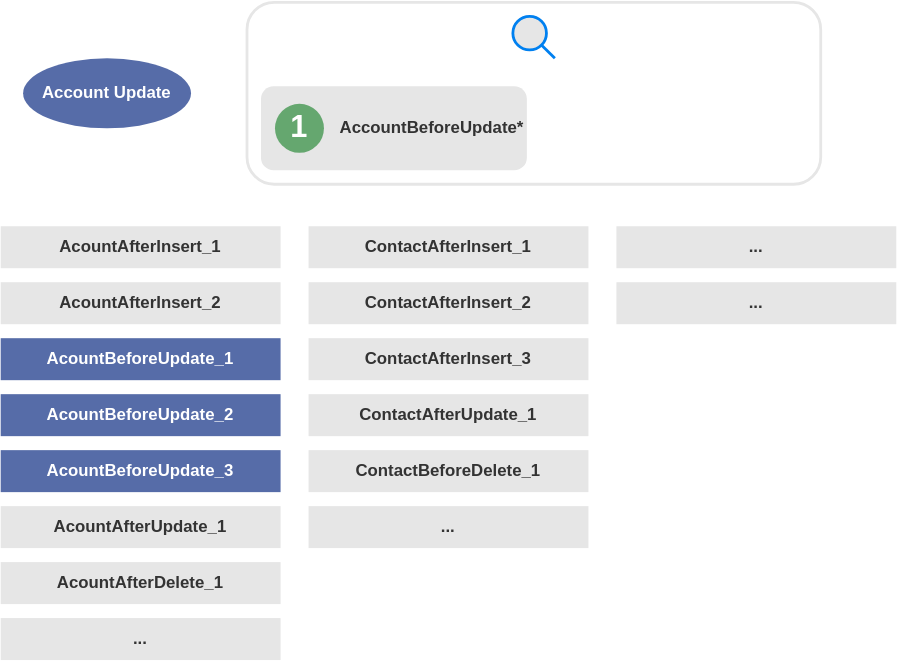
Before: hwToolkit/resources/triggerDispatcher-Execution-2.svg, a diagram exported from draw.io (hwconsult/hwconsult.github.io). Source tidied: cells renumbered, new cells last; positions are measured from the earlier drawing's top-left corner, leaving out a move shared by most shapes.
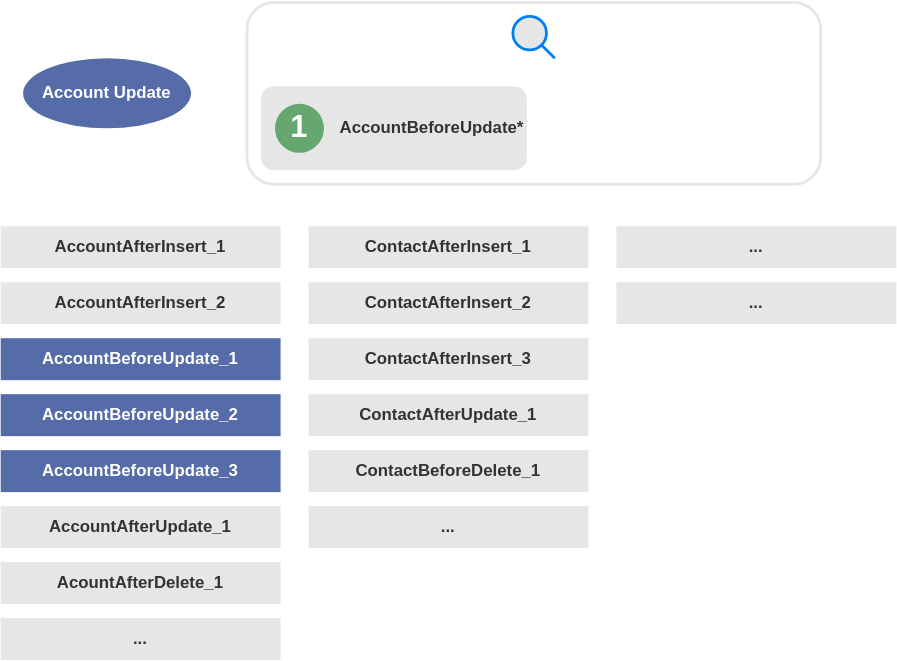
Above is the later version.

Change to the diagram source:
```diff
@@ -8,13 +8,13 @@
     <mxCell id="3" value="AccountBeforeUpdate*" style="rounded=1;whiteSpace=wrap;html=1;fillColor=#E6E6E6;fontColor=#333333;fontStyle=1;strokeColor=none;align=right;" parent="1" vertex="1">
       <mxGeometry x="186" y="60" width="190" height="60" as="geometry" />
     </mxCell>
-    <mxCell id="4" value="AcountAfterInsert_1" style="rounded=0;whiteSpace=wrap;html=1;strokeColor=none;fillColor=#E6E6E6;fontColor=#333333;fontStyle=1;" parent="1" vertex="1">
+    <mxCell id="4" value="AccountAfterInsert_1" style="rounded=0;whiteSpace=wrap;html=1;strokeColor=none;fillColor=#E6E6E6;fontColor=#333333;fontStyle=1;" parent="1" vertex="1">
       <mxGeometry y="160" width="200" height="30" as="geometry" />
     </mxCell>
-    <mxCell id="5" value="AcountAfterUpdate_1" style="rounded=0;whiteSpace=wrap;html=1;strokeColor=none;fillColor=#E6E6E6;fontColor=#333333;fontStyle=1;" parent="1" vertex="1">
+    <mxCell id="5" value="AccountAfterUpdate_1" style="rounded=0;whiteSpace=wrap;html=1;strokeColor=none;fillColor=#E6E6E6;fontColor=#333333;fontStyle=1;" parent="1" vertex="1">
       <mxGeometry y="360" width="200" height="30" as="geometry" />
     </mxCell>
-    <mxCell id="6" value="AcountBeforeUpdate_1" style="rounded=0;whiteSpace=wrap;html=1;strokeColor=none;fillColor=#566CA8;fontColor=#FFFFFF;fontStyle=1;" parent="1" vertex="1">
+    <mxCell id="6" value="AccountBeforeUpdate_1" style="rounded=0;whiteSpace=wrap;html=1;strokeColor=none;fillColor=#566CA8;fontColor=#FFFFFF;fontStyle=1;" parent="1" vertex="1">
       <mxGeometry y="240" width="200" height="30" as="geometry" />
     </mxCell>
     <mxCell id="7" value="AcountAfterDelete_1" style="rounded=0;whiteSpace=wrap;html=1;strokeColor=none;fillColor=#E6E6E6;fontColor=#333333;fontStyle=1;" parent="1" vertex="1">
@@ -23,13 +23,13 @@
     <mxCell id="8" value="&lt;span style=&quot;font-weight: 700 ; white-space: normal&quot;&gt;Account Update&lt;/span&gt;" style="ellipse;whiteSpace=wrap;html=1;fillColor=#566CA8;fontColor=#FFFFFF;strokeColor=none;" parent="1" vertex="1">
       <mxGeometry x="16" y="40" width="120" height="50" as="geometry" />
     </mxCell>
-    <mxCell id="9" value="AcountBeforeUpdate_2" style="rounded=0;whiteSpace=wrap;html=1;strokeColor=none;fillColor=#566CA8;fontColor=#FFFFFF;fontStyle=1;" parent="1" vertex="1">
+    <mxCell id="9" value="AccountBeforeUpdate_2" style="rounded=0;whiteSpace=wrap;html=1;strokeColor=none;fillColor=#566CA8;fontColor=#FFFFFF;fontStyle=1;" parent="1" vertex="1">
       <mxGeometry y="280" width="200" height="30" as="geometry" />
     </mxCell>
-    <mxCell id="10" value="AcountBeforeUpdate_3" style="rounded=0;whiteSpace=wrap;html=1;strokeColor=none;fillColor=#566CA8;fontColor=#FFFFFF;fontStyle=1;" parent="1" vertex="1">
+    <mxCell id="10" value="AccountBeforeUpdate_3" style="rounded=0;whiteSpace=wrap;html=1;strokeColor=none;fillColor=#566CA8;fontColor=#FFFFFF;fontStyle=1;" parent="1" vertex="1">
       <mxGeometry y="320" width="200" height="30" as="geometry" />
     </mxCell>
-    <mxCell id="11" value="AcountAfterInsert_2" style="rounded=0;whiteSpace=wrap;html=1;strokeColor=none;fillColor=#E6E6E6;fontColor=#333333;fontStyle=1;" parent="1" vertex="1">
+    <mxCell id="11" value="AccountAfterInsert_2" style="rounded=0;whiteSpace=wrap;html=1;strokeColor=none;fillColor=#E6E6E6;fontColor=#333333;fontStyle=1;" parent="1" vertex="1">
       <mxGeometry y="200" width="200" height="30" as="geometry" />
     </mxCell>
     <mxCell id="12" value="ContactAfterInsert_1" style="rounded=0;whiteSpace=wrap;html=1;strokeColor=none;fillColor=#E6E6E6;fontColor=#333333;fontStyle=1;" parent="1" vertex="1">
```
